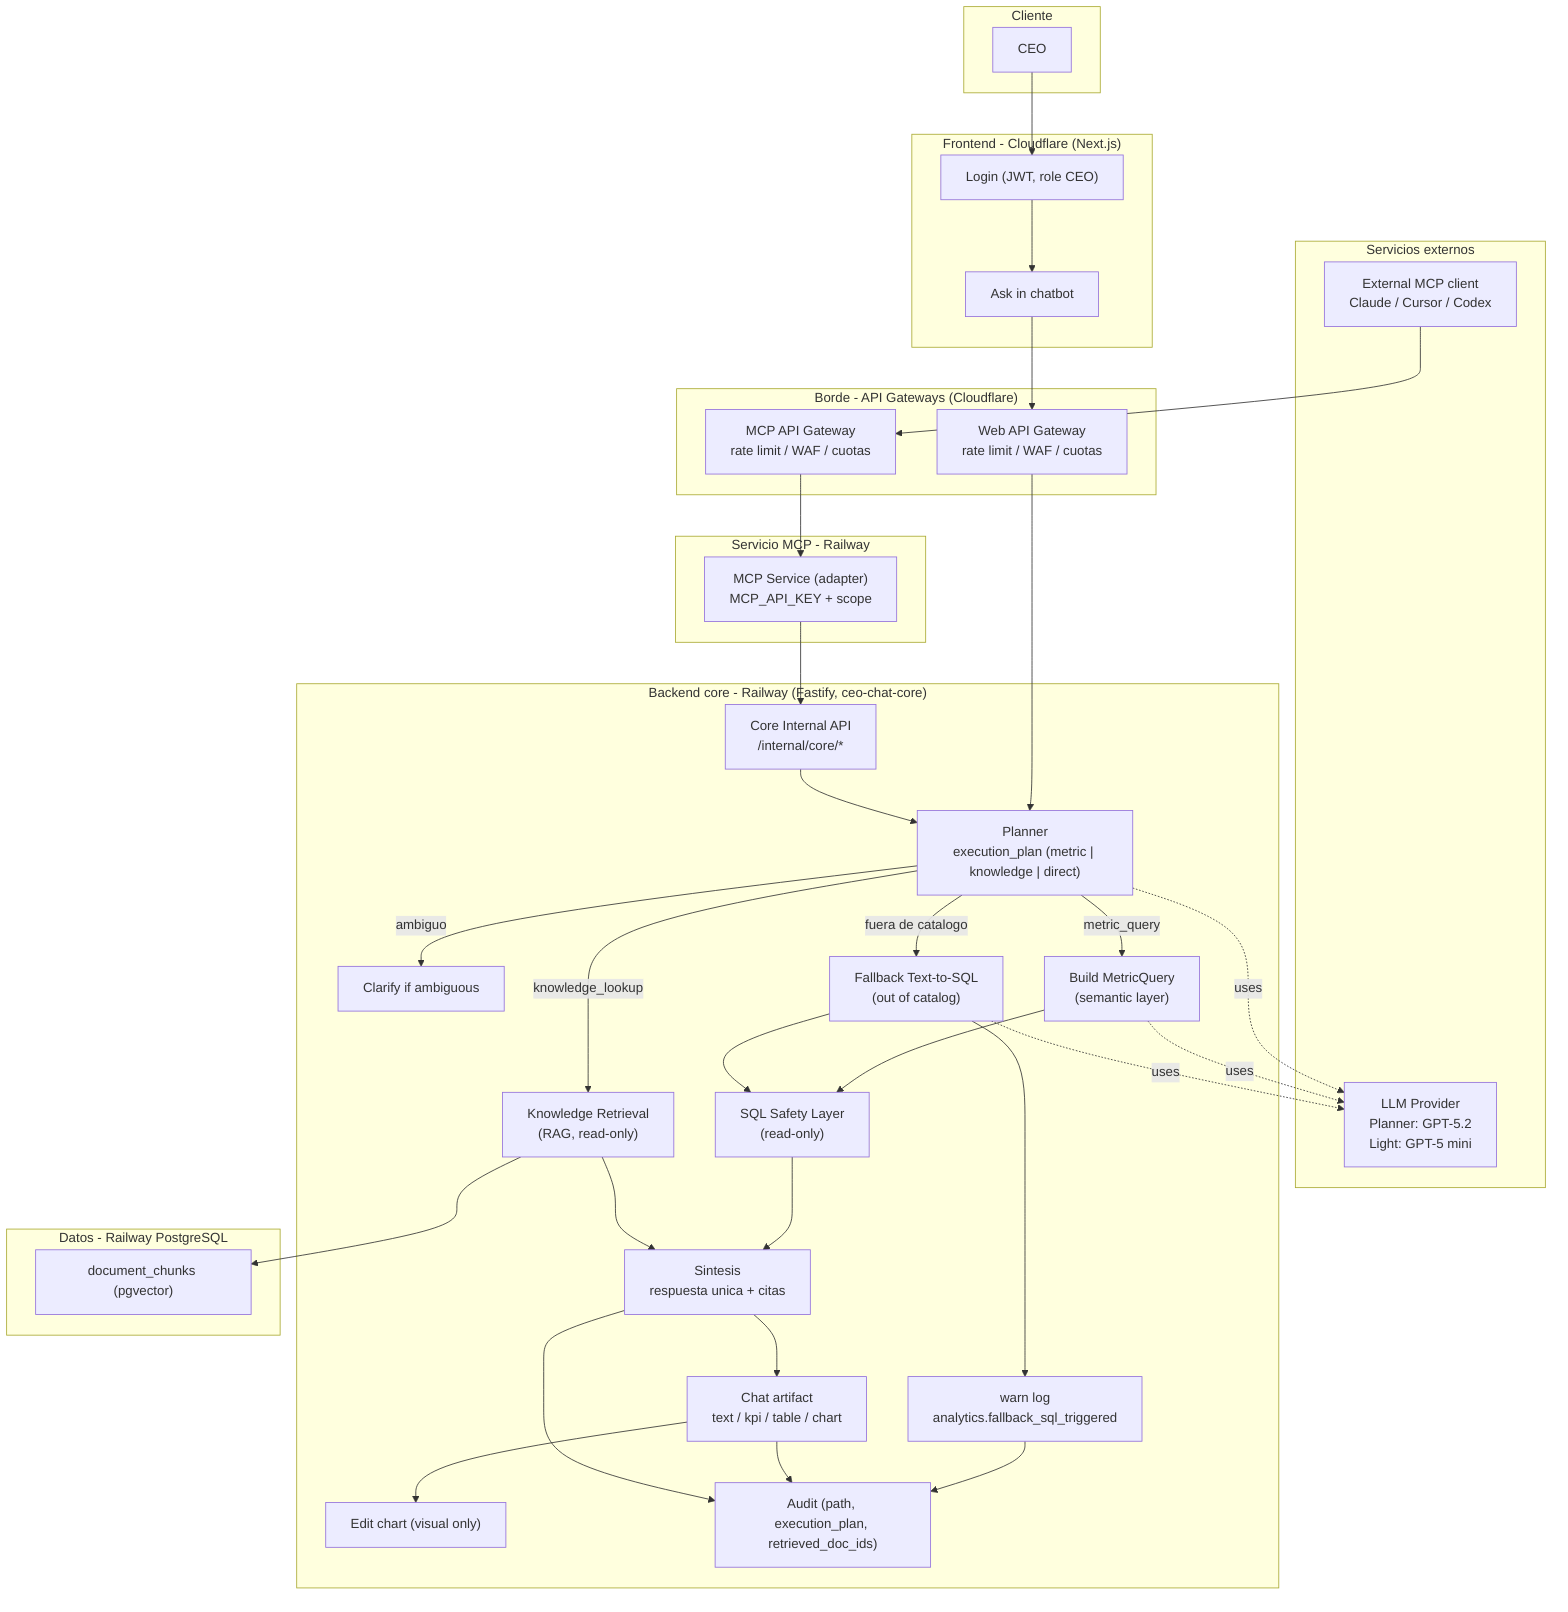
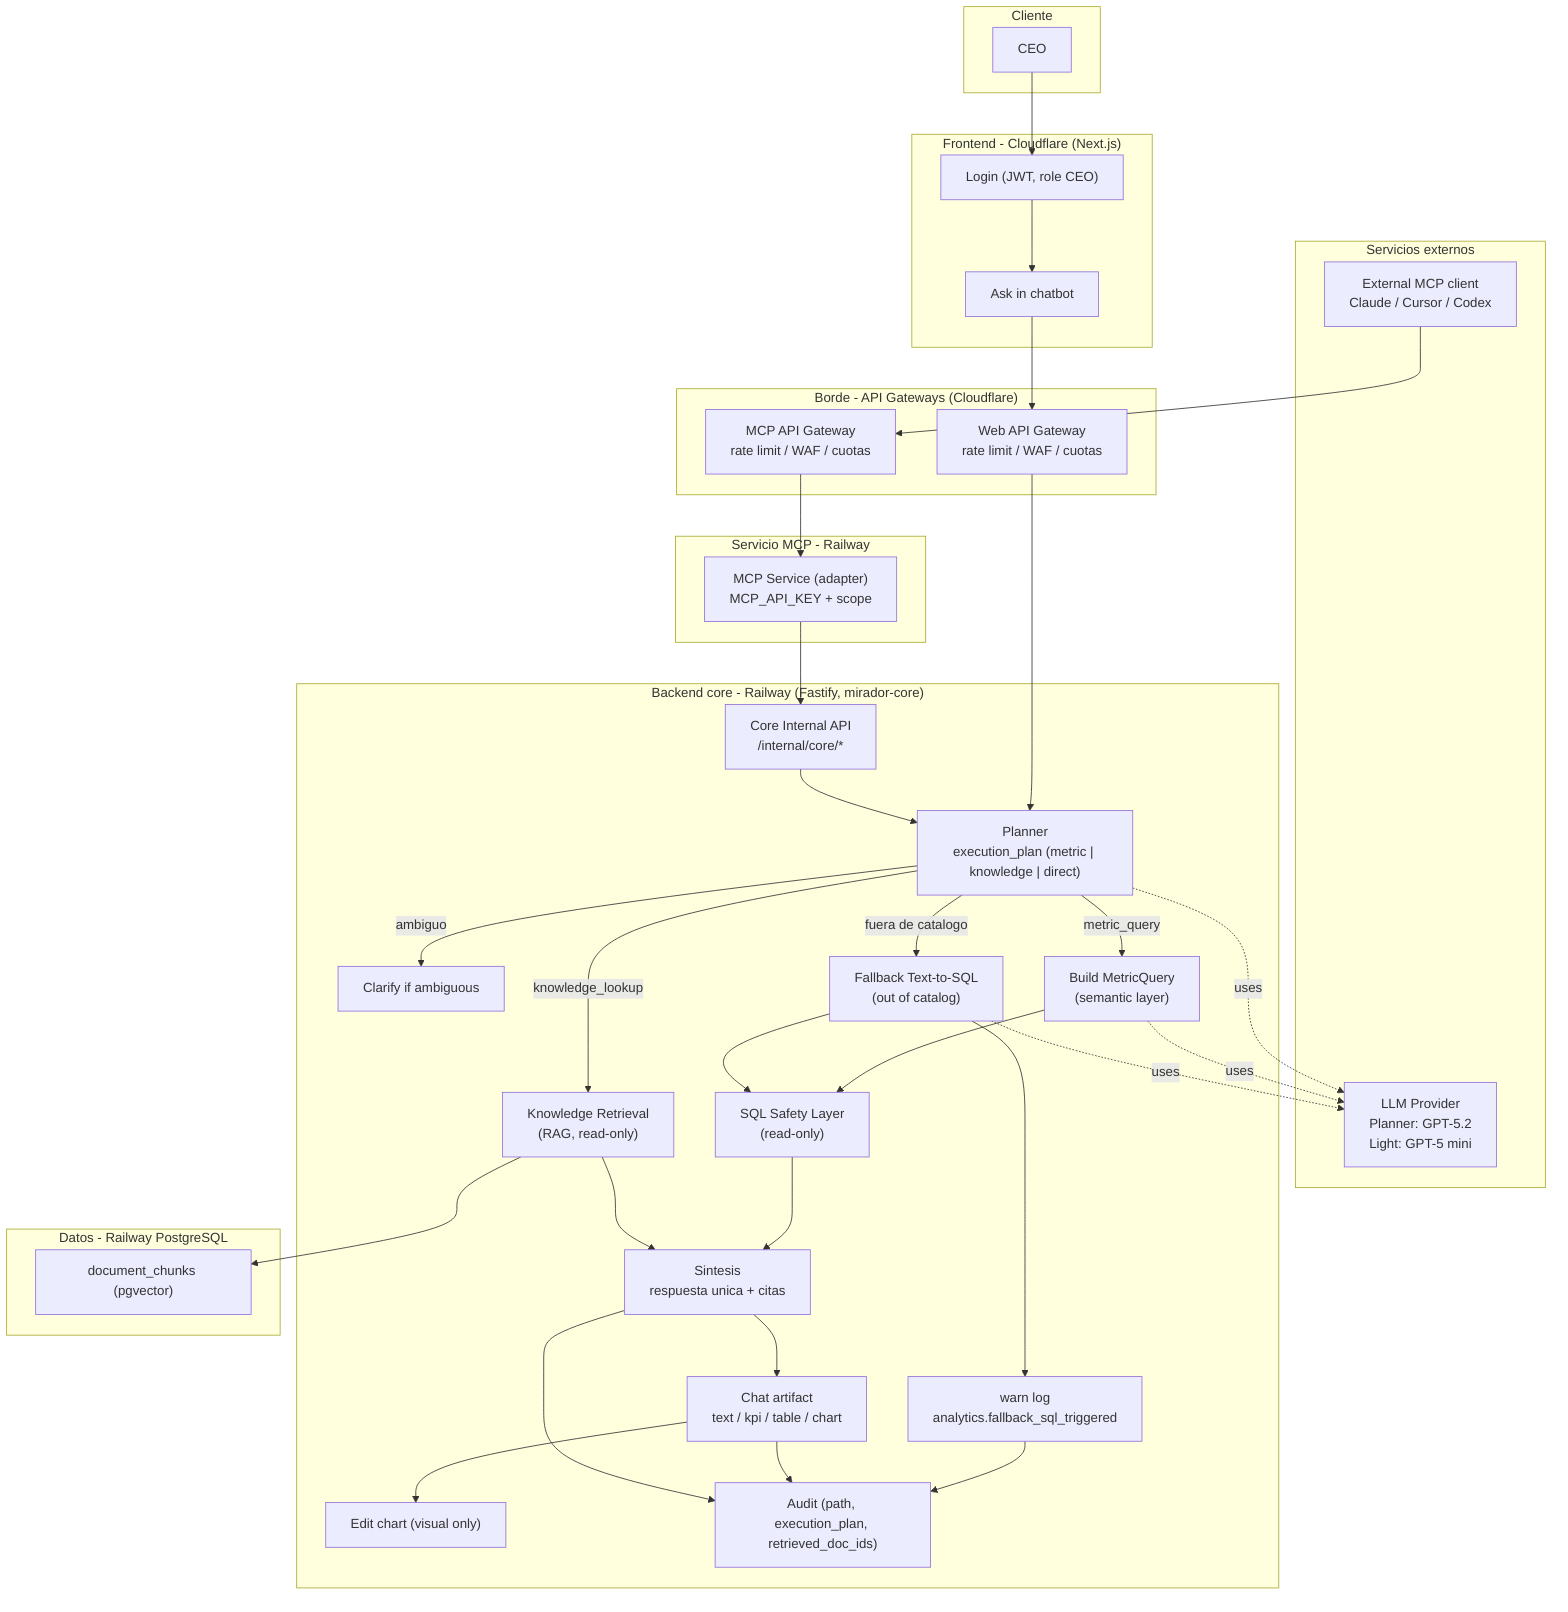
flowchart TB
  subgraph client["Cliente"]
    CEO["CEO"]
  end

  subgraph external["Servicios externos"]
    External["External MCP client\nClaude / Cursor / Codex"]
    LLM["LLM Provider\nPlanner: GPT-5.2\nLight: GPT-5 mini"]
  end

  subgraph edge["Borde - API Gateways (Cloudflare)"]
    WebGW["Web API Gateway\nrate limit / WAF / cuotas"]
    McpGW["MCP API Gateway\nrate limit / WAF / cuotas"]
  end

  subgraph frontend["Frontend - Cloudflare (Next.js)"]
    Login["Login (JWT, role CEO)"]
    Chat["Ask in chatbot"]
  end

  subgraph mcpsvc["Servicio MCP - Railway"]
    MCPsvc["MCP Service (adapter)\nMCP_API_KEY + scope"]
  end

-   subgraph backend["Backend core - Railway (Fastify, ceo-chat-core)"]
+   subgraph backend["Backend core - Railway (Fastify, mirador-core)"]
    CoreAPI["Core Internal API\n/internal/core/*"]
    Planner["Planner\nexecution_plan (metric | knowledge | direct)"]
    Clarify["Clarify if ambiguous"]
    Metric["Build MetricQuery\n(semantic layer)"]
    Knowledge["Knowledge Retrieval\n(RAG, read-only)"]
    Fallback["Fallback Text-to-SQL\n(out of catalog)"]
    FallbackLog["warn log\nanalytics.fallback_sql_triggered"]
    Safety["SQL Safety Layer\n(read-only)"]
    Synth["Sintesis\nrespuesta unica + citas"]
    Artifact["Chat artifact\ntext / kpi / table / chart"]
    EditChart["Edit chart (visual only)"]
    Audit["Audit (path, execution_plan, retrieved_doc_ids)"]
  end

  subgraph data["Datos - Railway PostgreSQL"]
    Vectors["document_chunks (pgvector)"]
  end

  CEO --> Login
  Login --> Chat
  Chat --> WebGW
  WebGW --> Planner
  Planner -->|"ambiguo"| Clarify
  Planner -->|"metric_query"| Metric
  Planner -->|"knowledge_lookup"| Knowledge
  Planner -->|"fuera de catalogo"| Fallback
  External --> McpGW
  McpGW --> MCPsvc
  MCPsvc --> CoreAPI
  CoreAPI --> Planner
  Planner -. "uses" .-> LLM
  Metric -. "uses" .-> LLM
  Fallback -. "uses" .-> LLM
  Metric --> Safety
  Fallback --> Safety
  Fallback --> FallbackLog
  FallbackLog --> Audit
  Knowledge --> Vectors
  Safety --> Synth
  Knowledge --> Synth
  Synth --> Artifact
  Artifact --> EditChart
  Artifact --> Audit
  Synth --> Audit
